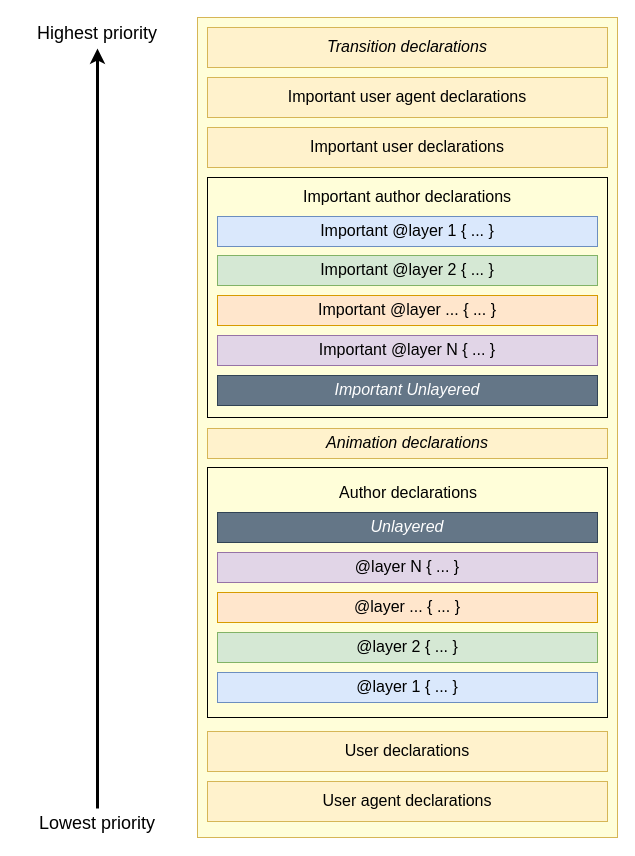
Before: images/diagrams/css/at-rules/layer-cascade.drawio in mdn/shared-assets, a draw.io diagram. Source tidied: cells renumbered, new cells numbered last; positions are measured from the earlier drawing's top-left corner, leaving out a move shared by most shapes. Both pictures are drawn from the tidied source at 100%, with x=0, y=0 at pixel (17, 17).
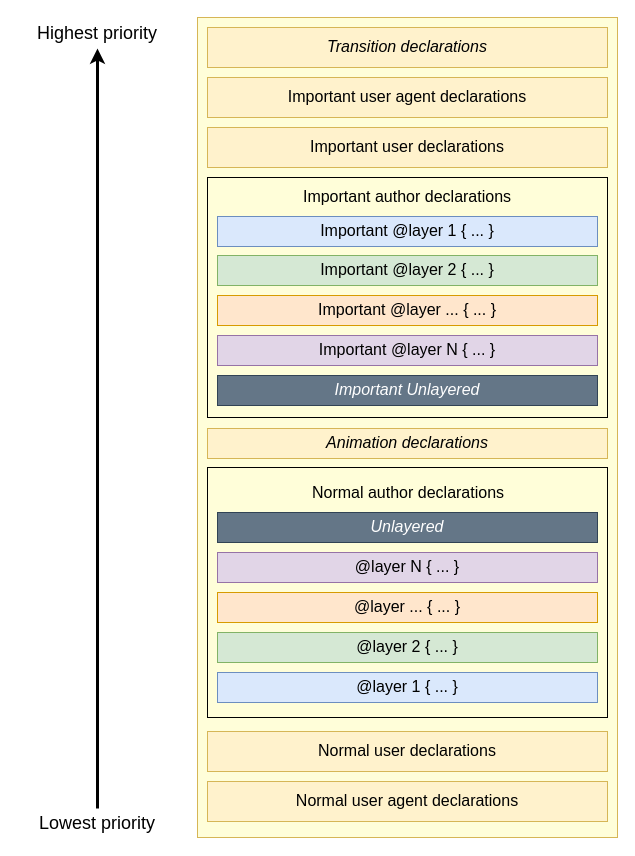
The same diagram, later.

Commit message (it also covers changes not shown here):
put 'Normal' back

What changed in the source:
```diff
@@
-    <mxCell id="22" value="&lt;font face=&quot;sans-serif&quot;&gt;User declarations&lt;br&gt;&lt;/font&gt;" style="text;html=1;align=center;verticalAlign=middle;whiteSpace=wrap;rounded=1;fontFamily=Monospace;labelBackgroundColor=none;spacing=4;spacingLeft=0;spacingTop=0;fillColor=#fff2cc;strokeColor=#d6b656;arcSize=0;fontSize=16;fontStyle=0;shadow=0;shadowOffsetX=2;shadowOffsetY=2;shadowBlur=1;strokeWidth=1;perimeterSpacing=0;" parent="1" vertex="1">
+    <mxCell id="22" value="&lt;font face=&quot;sans-serif&quot;&gt;Normal u&lt;/font&gt;&lt;span style=&quot;font-family: sans-serif; background-color: initial;&quot;&gt;ser declarations&lt;/span&gt;" style="text;html=1;align=center;verticalAlign=middle;whiteSpace=wrap;rounded=1;fontFamily=Monospace;labelBackgroundColor=none;spacing=4;spacingLeft=0;spacingTop=0;fillColor=#fff2cc;strokeColor=#d6b656;arcSize=0;fontSize=16;fontStyle=0;shadow=0;shadowOffsetX=2;shadowOffsetY=2;shadowBlur=1;strokeWidth=1;perimeterSpacing=0;" parent="1" vertex="1">
       <mxGeometry x="190" y="714" width="400" height="40" as="geometry" />
     </mxCell>
-    <mxCell id="23" value="&lt;font face=&quot;sans-serif&quot;&gt;User agent declarations&lt;/font&gt;" style="text;html=1;align=center;verticalAlign=middle;whiteSpace=wrap;rounded=1;fontFamily=Monospace;labelBackgroundColor=none;spacing=4;spacingLeft=0;spacingTop=0;fillColor=#fff2cc;strokeColor=#d6b656;arcSize=0;fontSize=16;fontStyle=0;shadow=0;shadowOffsetX=2;shadowOffsetY=2;shadowBlur=1;strokeWidth=1;perimeterSpacing=0;" parent="1" vertex="1">
+    <mxCell id="23" value="&lt;font face=&quot;sans-serif&quot;&gt;Normal user agent declarations&lt;/font&gt;" style="text;html=1;align=center;verticalAlign=middle;whiteSpace=wrap;rounded=1;fontFamily=Monospace;labelBackgroundColor=none;spacing=4;spacingLeft=0;spacingTop=0;fillColor=#fff2cc;strokeColor=#d6b656;arcSize=0;fontSize=16;fontStyle=0;shadow=0;shadowOffsetX=2;shadowOffsetY=2;shadowBlur=1;strokeWidth=1;perimeterSpacing=0;" parent="1" vertex="1">
       <mxGeometry x="190" y="764" width="400" height="40" as="geometry" />
     </mxCell>
@@
-    <mxCell id="25" value="&lt;font face=&quot;sans-serif&quot;&gt;Author declarations&lt;/font&gt;" style="text;html=1;align=center;verticalAlign=middle;whiteSpace=wrap;rounded=1;fontFamily=Monospace;labelBackgroundColor=none;spacing=4;spacingLeft=0;spacingTop=0;arcSize=0;fontSize=16;fontStyle=0;shadow=0;shadowOffsetX=2;shadowOffsetY=2;shadowBlur=1;strokeWidth=1;perimeterSpacing=0;" parent="1" vertex="1">
+    <mxCell id="25" value="&lt;font face=&quot;sans-serif&quot;&gt;Normal author declarations&lt;/font&gt;" style="text;html=1;align=center;verticalAlign=middle;whiteSpace=wrap;rounded=1;fontFamily=Monospace;labelBackgroundColor=none;spacing=4;spacingLeft=0;spacingTop=0;arcSize=0;fontSize=16;fontStyle=0;shadow=0;shadowOffsetX=2;shadowOffsetY=2;shadowBlur=1;strokeWidth=1;perimeterSpacing=0;" parent="1" vertex="1">
       <mxGeometry x="201" y="456" width="380" height="40" as="geometry" />
     </mxCell>
```
